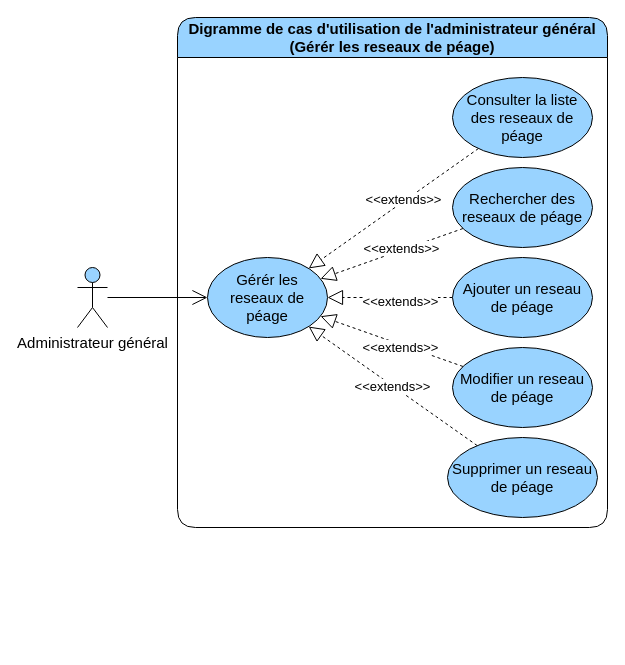
devlotfi/peage-pay keeps this draw.io diagram as page "gerer les reseaux de peage" (2 of 9) of diagrams/use-case/administrateur-general.drawio. Above is the earlier version. Source tidied: cells renumbered, new cells numbered last; positions are measured from the earlier drawing's top-left corner, leaving out a move shared by most shapes. Both pictures are drawn from the tidied source at 100%, with x=0, y=0 at pixel (77, 17).
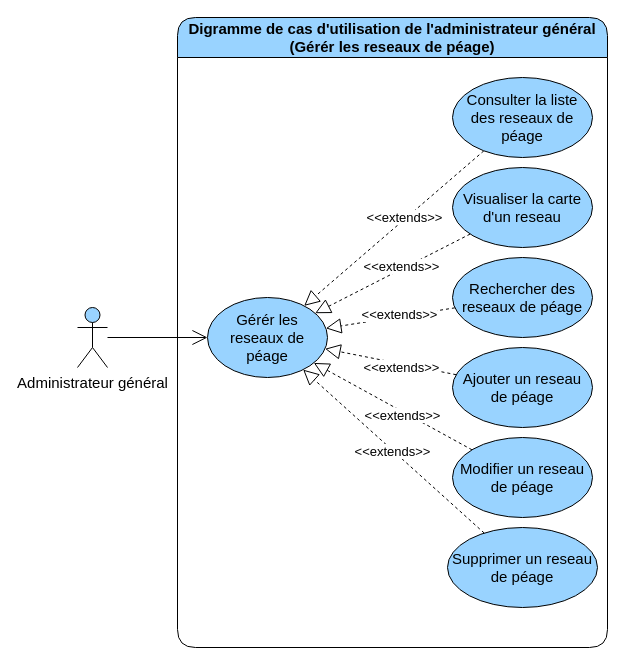
After the change.

Diff of the diagram source:
```diff
@@
     <mxCell id="2" value="Digramme de cas d'utilisation de l'administrateur général (Gérér les reseaux de péage)" style="swimlane;whiteSpace=wrap;html=1;rounded=1;fillColor=#99D3FF;fontSize=15;startSize=40;" parent="1" vertex="1">
-      <mxGeometry x="100" width="430" height="510" as="geometry" />
+      <mxGeometry x="100" width="430" height="630" as="geometry" />
     </mxCell>
@@
     <mxCell id="13" value="Supprimer un reseau de péage" style="ellipse;whiteSpace=wrap;html=1;strokeColor=default;align=center;verticalAlign=middle;fontFamily=Helvetica;fontSize=15;fontColor=default;fillColor=#99D3FF;" parent="2" vertex="1">
-      <mxGeometry x="270" y="420" width="150" height="80" as="geometry" />
+      <mxGeometry x="270" y="510" width="150" height="80" as="geometry" />
     </mxCell>
     <mxCell id="14" value="Modifier un reseau de péage" style="ellipse;whiteSpace=wrap;html=1;strokeColor=default;align=center;verticalAlign=middle;fontFamily=Helvetica;fontSize=15;fontColor=default;fillColor=#99D3FF;" parent="2" vertex="1">
-      <mxGeometry x="275" y="330" width="140" height="80" as="geometry" />
+      <mxGeometry x="275" y="420" width="140" height="80" as="geometry" />
     </mxCell>
     <mxCell id="15" value="Ajouter un reseau de péage" style="ellipse;whiteSpace=wrap;html=1;strokeColor=default;align=center;verticalAlign=middle;fontFamily=Helvetica;fontSize=15;fontColor=default;fillColor=#99D3FF;" parent="2" vertex="1">
-      <mxGeometry x="275" y="240" width="140" height="80" as="geometry" />
+      <mxGeometry x="275" y="330" width="140" height="80" as="geometry" />
     </mxCell>
     <mxCell id="16" value="Rechercher des reseaux de péage" style="ellipse;whiteSpace=wrap;html=1;strokeColor=default;align=center;verticalAlign=middle;fontFamily=Helvetica;fontSize=15;fontColor=default;fillColor=#99D3FF;" parent="2" vertex="1">
-      <mxGeometry x="275" y="150" width="140" height="80" as="geometry" />
+      <mxGeometry x="275" y="240" width="140" height="80" as="geometry" />
     </mxCell>
@@
     <mxCell id="18" value="Gérér les reseaux de péage" style="ellipse;whiteSpace=wrap;html=1;strokeColor=default;align=center;verticalAlign=middle;fontFamily=Helvetica;fontSize=15;fontColor=default;fillColor=#99D3FF;" parent="2" vertex="1">
-      <mxGeometry x="30" y="240" width="120" height="80" as="geometry" />
+      <mxGeometry x="30" y="280" width="120" height="80" as="geometry" />
     </mxCell>
+    <mxCell id="21" value="Visualiser la carte d'un reseau" style="ellipse;whiteSpace=wrap;html=1;strokeColor=default;align=center;verticalAlign=middle;fontFamily=Helvetica;fontSize=15;fontColor=default;fillColor=#99D3FF;" parent="2" vertex="1">
+      <mxGeometry x="275" y="150" width="140" height="80" as="geometry" />
+    </mxCell>
+    <mxCell id="22" style="edgeStyle=none;rounded=0;jettySize=auto;html=1;dashed=1;strokeColor=default;align=center;verticalAlign=middle;fontFamily=Helvetica;fontSize=15;fontColor=default;labelBackgroundColor=default;startSize=6;endArrow=block;endFill=0;endSize=13;" parent="2" edge="1" source="21" target="18">
+      <mxGeometry relative="1" as="geometry" />
+    </mxCell>
+    <mxCell id="23" value="&amp;lt;&amp;lt;extends&amp;gt;&amp;gt;" style="edgeLabel;html=1;align=center;verticalAlign=middle;strokeColor=default;fontFamily=Helvetica;fontSize=13;fontColor=default;labelBackgroundColor=default;fillColor=#99D3FF;" parent="22" vertex="1">
+      <mxGeometry x="-0.12" y="-3" relative="1" as="geometry">
+        <mxPoint x="1" as="offset" />
+      </mxGeometry>
+    </mxCell>
-    <mxCell id="19" value="Administrateur général" style="shape=umlActor;verticalLabelPosition=bottom;verticalAlign=top;html=1;outlineConnect=0;strokeColor=default;align=center;fontFamily=Helvetica;fontSize=15;fontColor=default;fillColor=#99D3FF;" parent="2" vertex="1">
-      <mxGeometry x="-100" y="250" width="30" height="60" as="geometry" />
+    <mxCell id="19" value="Administrateur général" style="shape=umlActor;verticalLabelPosition=bottom;verticalAlign=top;html=1;outlineConnect=0;strokeColor=default;align=center;fontFamily=Helvetica;fontSize=15;fontColor=default;fillColor=#99D3FF;" parent="1" vertex="1">
+      <mxGeometry y="290" width="30" height="60" as="geometry" />
     </mxCell>
-    <mxCell id="20" style="rounded=0;jettySize=auto;html=1;fontFamily=Helvetica;fontSize=15;fontColor=default;endArrow=open;endFill=0;startSize=6;endSize=13;" parent="2" edge="1" source="19" target="18">
+    <mxCell id="20" style="rounded=0;jettySize=auto;html=1;fontFamily=Helvetica;fontSize=15;fontColor=default;endArrow=open;endFill=0;startSize=6;endSize=13;" parent="1" edge="1" source="19" target="18">
       <mxGeometry relative="1" as="geometry" />
     </mxCell>
```
